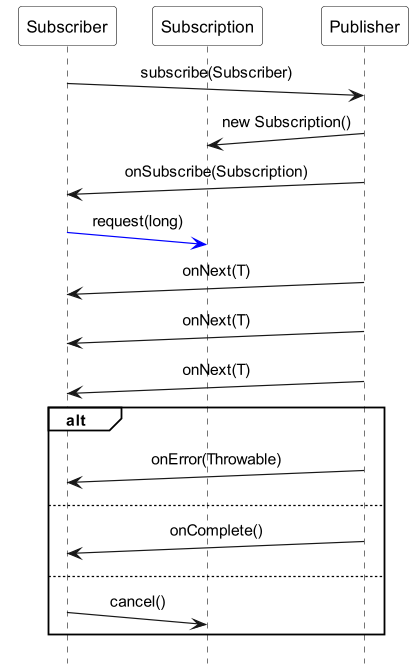
ti-cortex-m4/demo-java-reactive-streams-old keeps this PlantUML diagram as images/pattern_Reactive_Streams.png. Above is the earlier version.
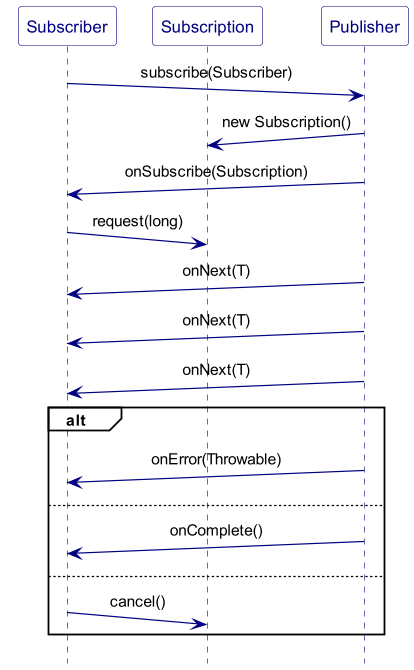
Above is the later version.

Change to the diagram source:
```diff
@@ -1,15 +1,6 @@
 @startuml
+!include sequence_header.iuml
 
-scale 1.2
-hide footbox
-
-!pragma teoz true
-
-skinparam defaultFontName Source Sans Pro
-skinparam sequenceMessageAlign center
-skinparam participantBackgroundColor #white
-skinparam noteBackgroundColor #white
-skinparam sequenceGroupBackgroundColor #white
 skinparam participantPadding 10
 
 participant Subscriber
@@ -20,7 +11,7 @@
 Publisher ->(10) Subscription : new Subscription()
 Publisher ->(10) Subscriber : onSubscribe(Subscription)
 
-Subscriber -[#blue]>(10) Subscription : request(long)
+Subscriber ->(10) Subscription : request(long)
 
 Publisher ->(10) Subscriber : onNext(T)
 Publisher ->(10) Subscriber : onNext(T)
```
